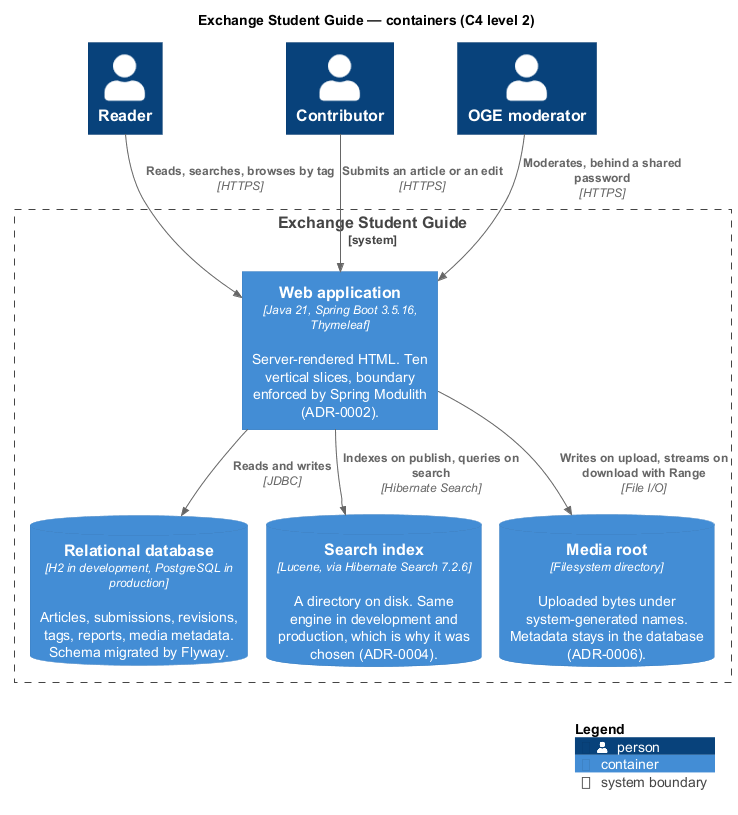
The PlantUML diagram docs/diagrams/out/c4-container.png in rikire/Exchange-Student-Guide-Platform, before a commit. Source of this version:
```plantuml
@startuml c4-container
!pragma layout smetana
!include <C4/C4_Container>

title Exchange Student Guide — containers (C4 level 2)

Person(reader, "Reader")
Person(contributor, "Contributor")
Person(moderator, "OGE moderator")

System_Boundary(guide, "Exchange Student Guide") {
  Container(web, "Web application", "Java 21, Spring Boot 3.5.16, Thymeleaf", "Server-rendered HTML. Ten vertical slices, boundary enforced by Spring Modulith (ADR-0002).")
  ContainerDb(db, "Relational database", "H2 in development, PostgreSQL in production", "Articles, submissions, revisions, tags, reports, media metadata. Schema migrated by Flyway.")
  ContainerDb(index, "Search index", "Lucene, via Hibernate Search 7.2.6", "A directory on disk. Same engine in development and production, which is why it was chosen (ADR-0004).")
  ContainerDb(media, "Media root", "Filesystem directory", "Uploaded bytes under system-generated names. Metadata stays in the database (ADR-0006).")
}

Rel(reader, web, "Reads, searches, browses by tag", "HTTPS")
Rel(contributor, web, "Submits an article or an edit", "HTTPS")
Rel(moderator, web, "Moderates, behind a shared password", "HTTPS")

Rel(web, db, "Reads and writes", "JDBC")
Rel(web, index, "Indexes on publish, queries on search", "Hibernate Search")
Rel(web, media, "Writes on upload, streams on download with Range", "File I/O")

SHOW_LEGEND()
@enduml
```
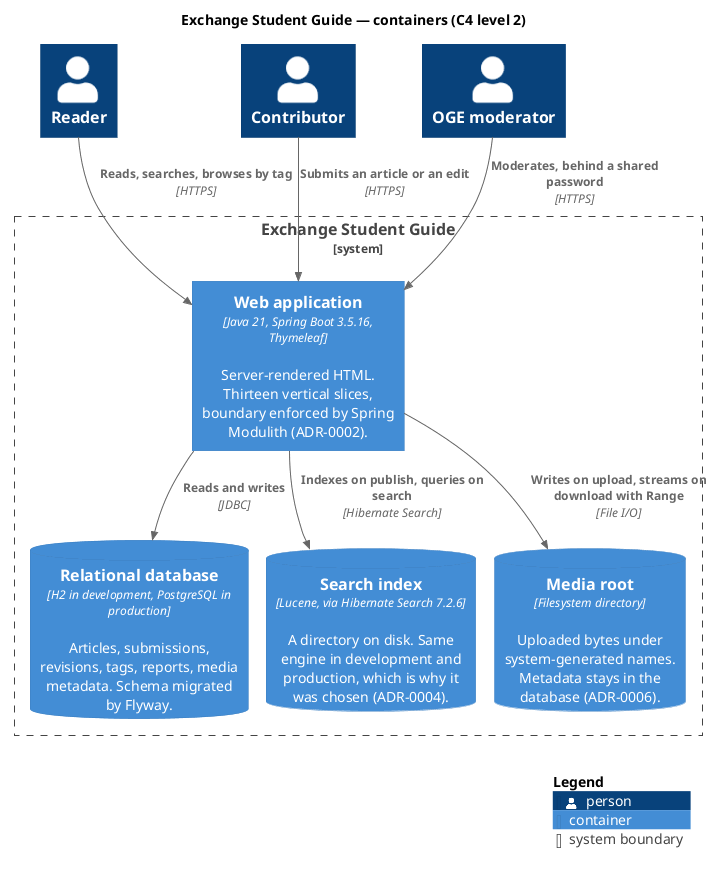
Above is the later version.

Change to the diagram source:
```diff
@@ -9,7 +9,7 @@
 Person(moderator, "OGE moderator")
 
 System_Boundary(guide, "Exchange Student Guide") {
-  Container(web, "Web application", "Java 21, Spring Boot 3.5.16, Thymeleaf", "Server-rendered HTML. Ten vertical slices, boundary enforced by Spring Modulith (ADR-0002).")
+  Container(web, "Web application", "Java 21, Spring Boot 3.5.16, Thymeleaf", "Server-rendered HTML. Thirteen vertical slices, boundary enforced by Spring Modulith (ADR-0002).")
   ContainerDb(db, "Relational database", "H2 in development, PostgreSQL in production", "Articles, submissions, revisions, tags, reports, media metadata. Schema migrated by Flyway.")
   ContainerDb(index, "Search index", "Lucene, via Hibernate Search 7.2.6", "A directory on disk. Same engine in development and production, which is why it was chosen (ADR-0004).")
   ContainerDb(media, "Media root", "Filesystem directory", "Uploaded bytes under system-generated names. Metadata stays in the database (ADR-0006).")
```
